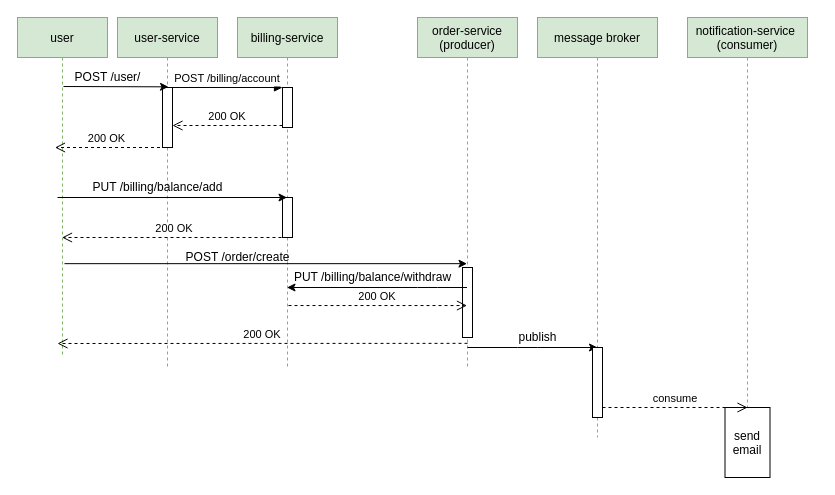
Earlier version of the draw.io diagram orders.drawio (KosarevaMarina1985/otus_hw_orders). Source tidied: cells renumbered, new cells numbered last; positions are measured from the earlier drawing's top-left corner, leaving out a move shared by most shapes. Both pictures are drawn from the tidied source at 100%, with x=0, y=0 at pixel (17, 17).
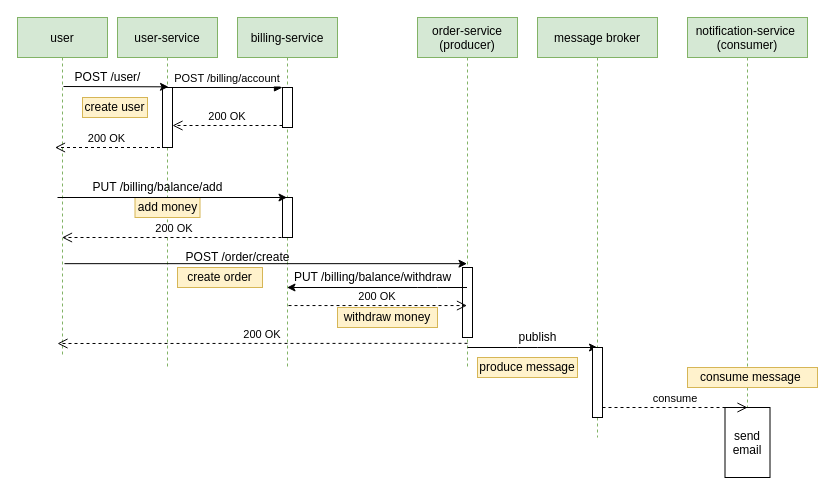
Above is the later version.

Unchanged cells that the change refers to:
```xml
<mxCell id="2" value="user-service" style="shape=umlLifeline;perimeter=lifelinePerimeter;rounded=0;shadow=0;strokeWidth=1;fillColor=#d5e8d4;strokeColor=#82b366;" parent="1" vertex="1">
  <mxGeometry x="100" width="100" height="350" as="geometry" />
</mxCell>
```

Change to the diagram source:
```diff
@@
+    <mxCell id="31" value="add money" style="text;html=1;strokeColor=#d6b656;fillColor=#fff2cc;align=center;verticalAlign=middle;whiteSpace=wrap;rounded=0;" parent="2" vertex="1">
+      <mxGeometry x="17.5" y="180" width="65" height="20" as="geometry" />
+    </mxCell>
@@
+    <mxCell id="32" value="create user" style="text;html=1;strokeColor=#d6b656;fillColor=#fff2cc;align=center;verticalAlign=middle;whiteSpace=wrap;rounded=0;" parent="1" vertex="1">
+      <mxGeometry x="65" y="80" width="65" height="20" as="geometry" />
+    </mxCell>
+    <mxCell id="33" value="create order" style="text;html=1;strokeColor=#d6b656;fillColor=#fff2cc;align=center;verticalAlign=middle;whiteSpace=wrap;rounded=0;" parent="1" vertex="1">
+      <mxGeometry x="160" y="250" width="85" height="20" as="geometry" />
+    </mxCell>
+    <mxCell id="34" value="withdraw money" style="text;html=1;strokeColor=#d6b656;fillColor=#fff2cc;align=center;verticalAlign=middle;whiteSpace=wrap;rounded=0;" parent="1" vertex="1">
+      <mxGeometry x="320" y="290" width="100" height="20" as="geometry" />
+    </mxCell>
+    <mxCell id="35" value="produce message" style="text;html=1;strokeColor=#d6b656;fillColor=#fff2cc;align=center;verticalAlign=middle;whiteSpace=wrap;rounded=0;" parent="1" vertex="1">
+      <mxGeometry x="460" y="340" width="100" height="20" as="geometry" />
+    </mxCell>
+    <mxCell id="36" value="consume message&amp;nbsp;" style="text;html=1;strokeColor=#d6b656;fillColor=#fff2cc;align=center;verticalAlign=middle;whiteSpace=wrap;rounded=0;" parent="1" vertex="1">
+      <mxGeometry x="670" y="350" width="130" height="20" as="geometry" />
+    </mxCell>
```
